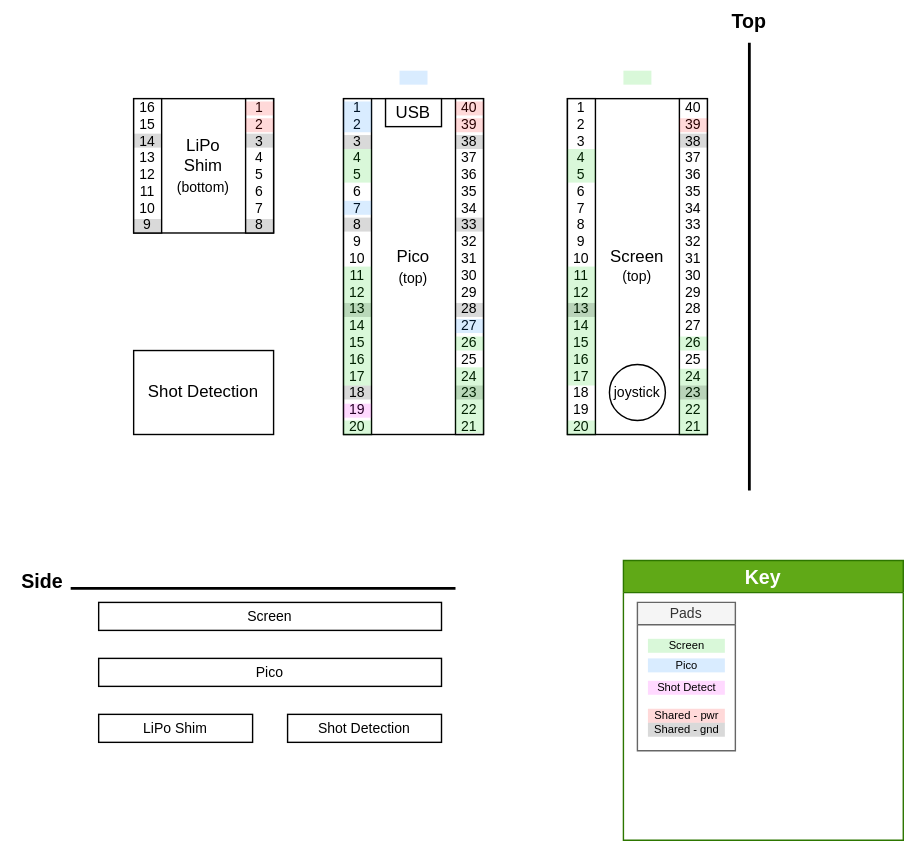
Above: docs/stack-up.svg in chrishaverkate/showdown (draw.io), before the change. Source tidied: cells renumbered, new cells last; positions are measured from the earlier drawing's top-left corner, leaving out a move shared by most shapes.
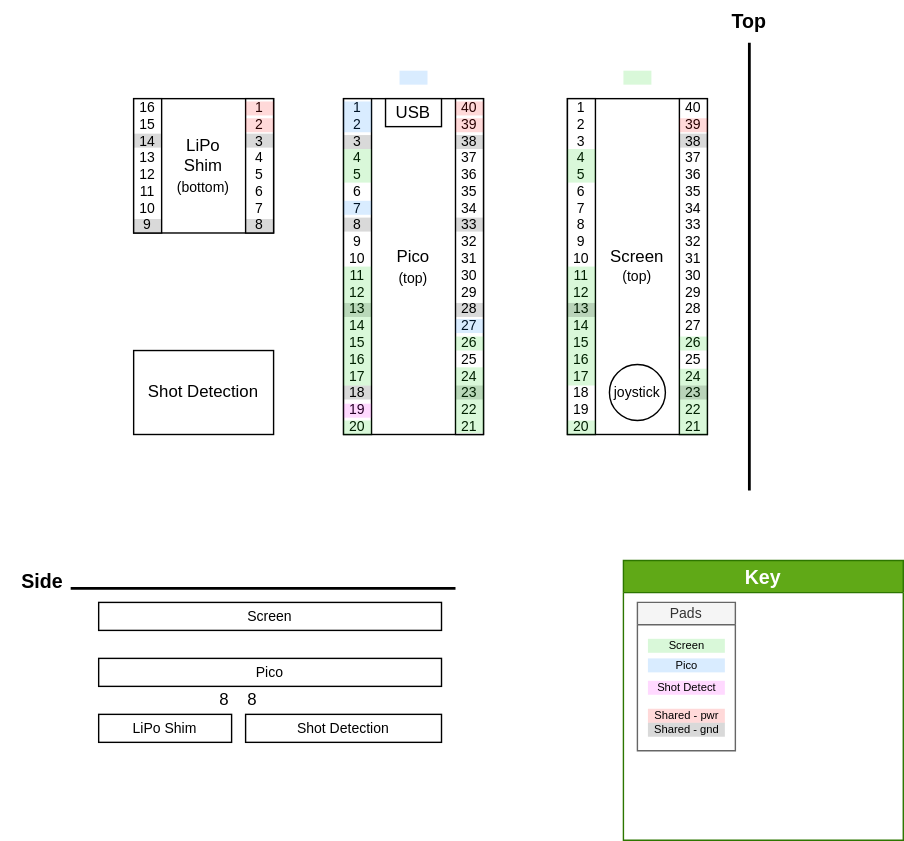
Later version of the same file.

Commit message:
Updating schematic to use the LM393 along with some related docs

The edit, as a diff of the source:
```diff
@@ -27,10 +27,10 @@
       <mxGeometry x="70" y="430" width="245" height="20" as="geometry" />
     </mxCell>
     <mxCell id="10" value="LiPo Shim" style="rounded=0;whiteSpace=wrap;html=1;fontSize=10;" parent="1" vertex="1">
-      <mxGeometry x="70" y="510" width="110" height="20" as="geometry" />
+      <mxGeometry x="70" y="510" width="95" height="20" as="geometry" />
     </mxCell>
     <mxCell id="11" value="Shot Detection" style="rounded=0;whiteSpace=wrap;html=1;fontSize=10;" parent="1" vertex="1">
-      <mxGeometry x="205" y="510" width="110" height="20" as="geometry" />
+      <mxGeometry x="175" y="510" width="140" height="20" as="geometry" />
     </mxCell>
     <mxCell id="12" value="1&lt;br&gt;2&lt;br&gt;3&lt;br&gt;4&lt;br&gt;5&lt;br&gt;6&lt;br&gt;7&lt;br&gt;8&lt;br&gt;9&lt;br&gt;10&lt;br&gt;11&lt;br&gt;12&lt;br&gt;13&lt;br&gt;14&lt;br&gt;15&lt;br&gt;16&lt;br&gt;17&lt;br&gt;18&lt;br&gt;19&lt;br&gt;20&lt;br&gt;" style="rounded=0;whiteSpace=wrap;html=1;fontSize=10;" parent="1" vertex="1">
       <mxGeometry x="405" y="70" width="20" height="240" as="geometry" />
@@ -197,5 +197,11 @@
     <mxCell id="64" style="rounded=0;whiteSpace=wrap;html=1;fontSize=10;strokeColor=none;fillColor=#FF00FF;opacity=15;" parent="1" vertex="1">
       <mxGeometry x="245" y="288" width="20" height="10" as="geometry" />
     </mxCell>
+    <mxCell id="65" value="8" style="text;html=1;strokeColor=none;fillColor=none;align=center;verticalAlign=middle;whiteSpace=wrap;rounded=0;" parent="1" vertex="1">
+      <mxGeometry x="155" y="490" width="10" height="20" as="geometry" />
+    </mxCell>
+    <mxCell id="66" value="8" style="text;html=1;strokeColor=none;fillColor=none;align=center;verticalAlign=middle;whiteSpace=wrap;rounded=0;" parent="1" vertex="1">
+      <mxGeometry x="175" y="490" width="10" height="20" as="geometry" />
+    </mxCell>
   </root>
 </mxGraphModel>
```
